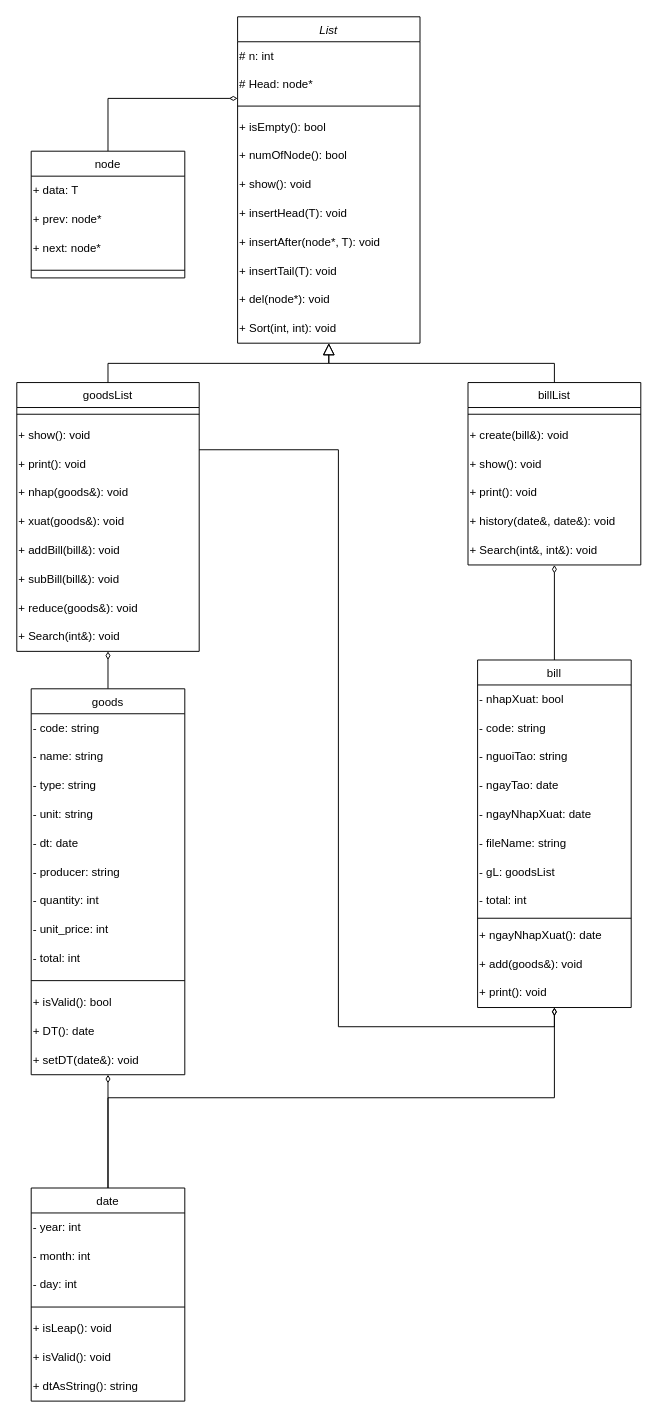
This is Untitled Diagram.drawio from wai157/pbl2, a draw.io file, before an edit. Source tidied: cells renumbered, new cells numbered last; positions are measured from the earlier drawing's top-left corner, leaving out a move shared by most shapes. Both pictures are drawn from the tidied source at 96%, with x=0, y=0 at pixel (16, 16).
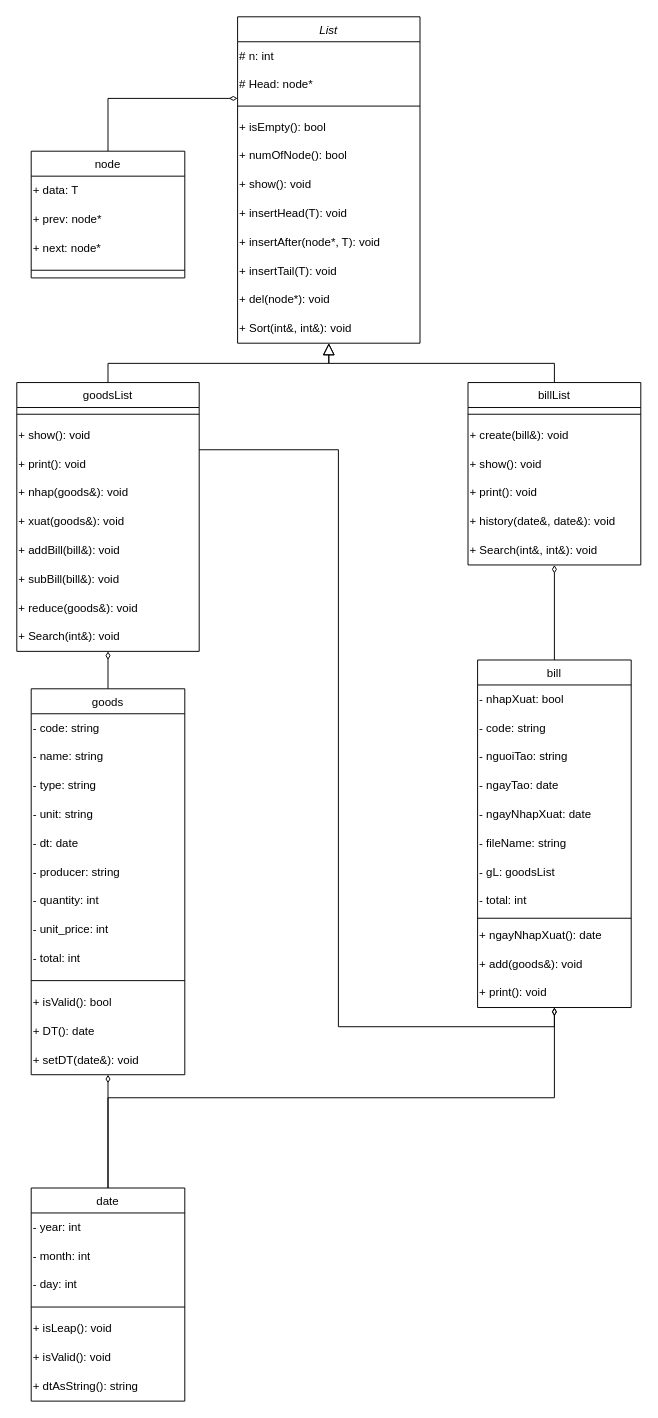
After the change.

Commit message:
Class Diagram

The change refers to these unchanged cells:
```xml
<mxCell id="2" value="List" style="swimlane;fontStyle=2;align=center;verticalAlign=top;horizontal=1;startSize=26;rounded=0;shadow=0;strokeWidth=1;" parent="1" vertex="1">
  <mxGeometry x="230" width="190" height="340" as="geometry" />
</mxCell>
```

The edit, as a diff of the source:
```diff
@@
-    <mxCell id="14" value="+ Sort(int, int): void" style="text;html=1;align=left;verticalAlign=middle;strokeColor=none;fillColor=none;" parent="2" vertex="1">
+    <mxCell id="14" value="+ Sort(int&amp;amp;, int&amp;amp;): void" style="text;html=1;align=left;verticalAlign=middle;strokeColor=none;fillColor=none;" parent="2" vertex="1">
       <mxGeometry y="310" width="190" height="30" as="geometry" />
     </mxCell>
```
